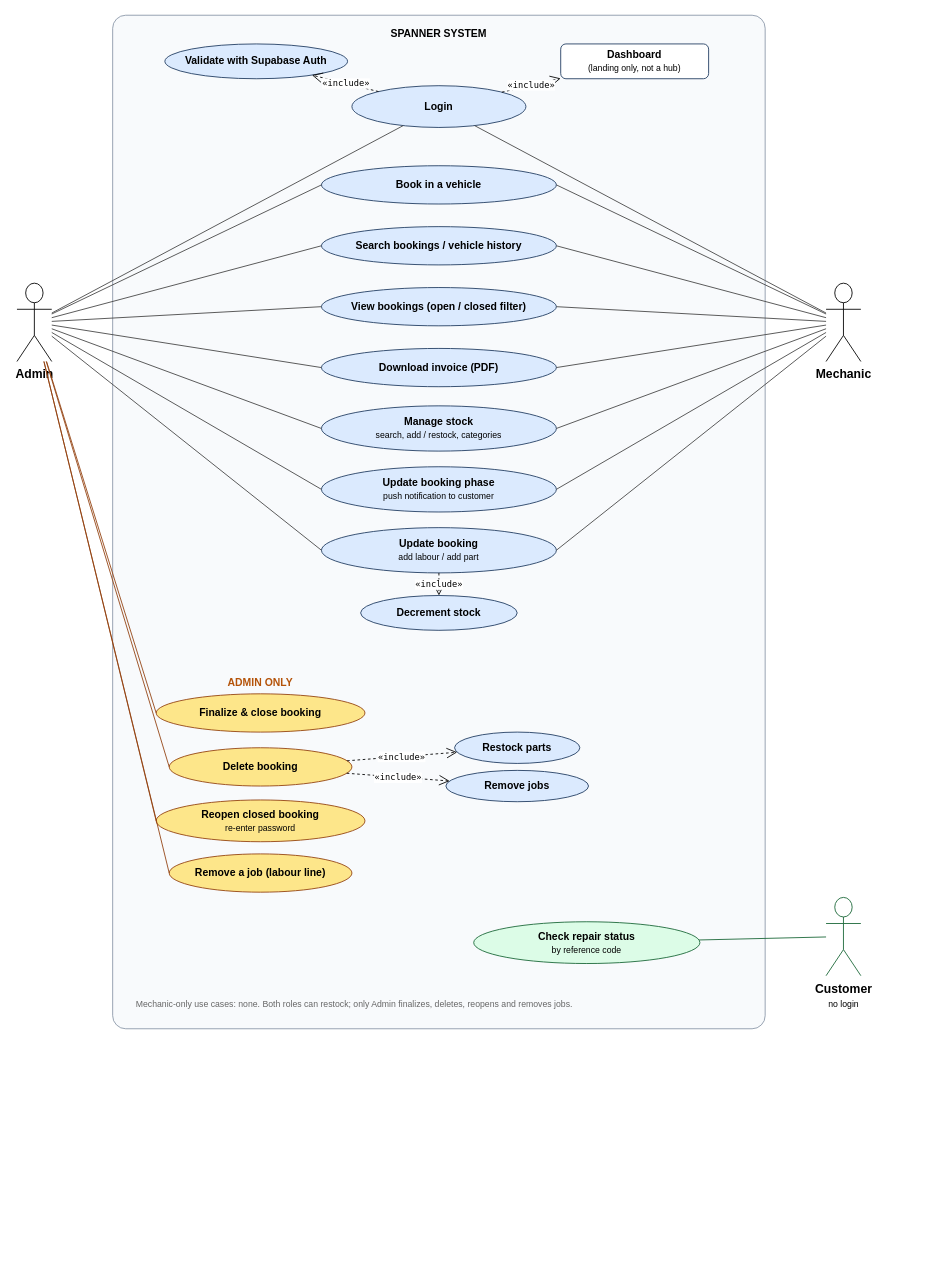
Above: project-docs/phase-2/diagrams/editable/usecase.drawio in BlackZ3ro/Spanner-Riese-Auto-Clinic (draw.io), before the change. Source tidied: cells renumbered, new cells numbered last; positions are measured from the earlier drawing's top-left corner, leaving out a move shared by most shapes. Both pictures are drawn from the tidied source at 87%, with x=0, y=0 at pixel (17, 15).
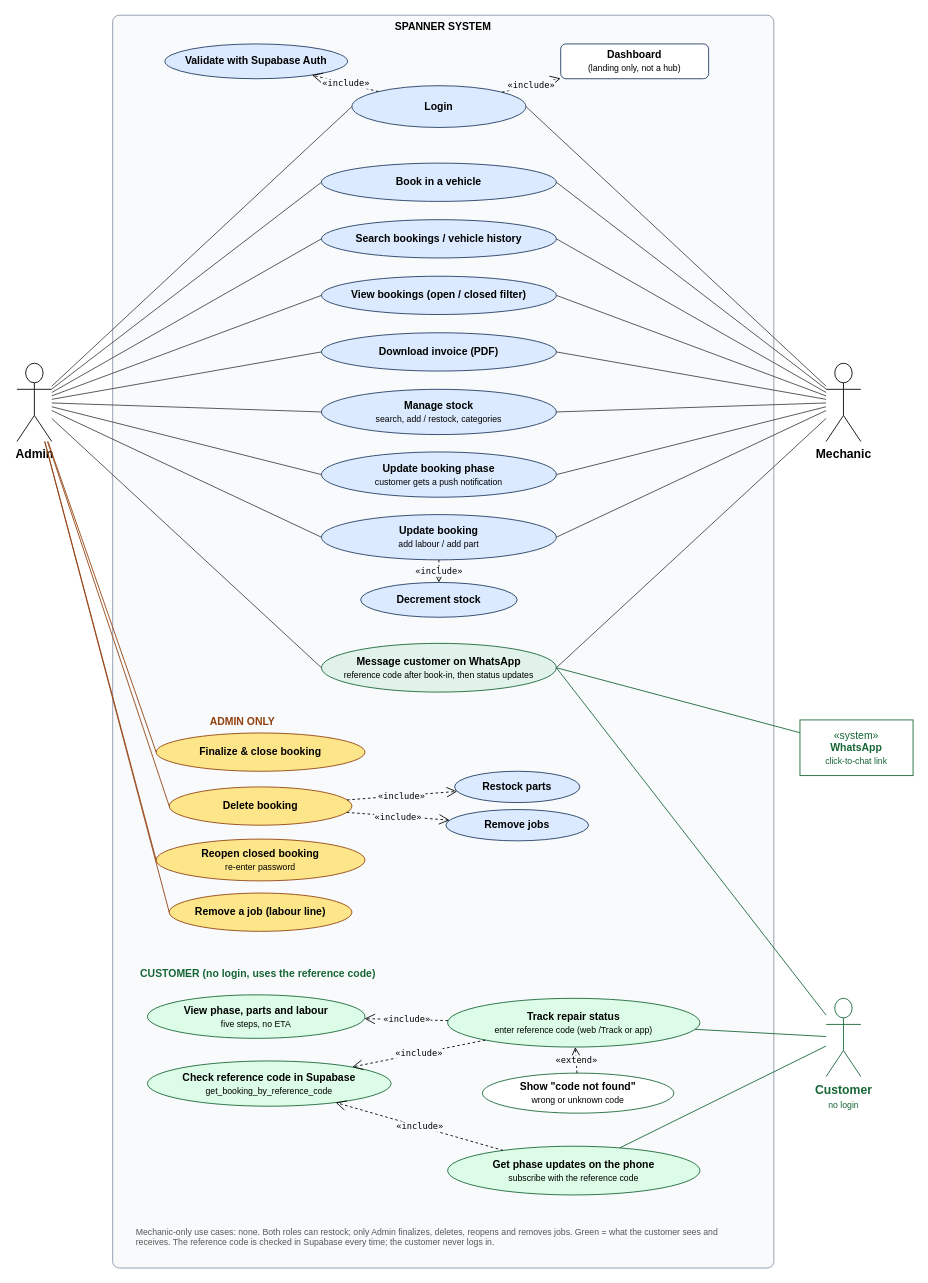
Above is the later version.

Commit message (it also covers changes not shown here):
Rework the customer use cases: Supabase check, updates, WhatsApp

The change refers to these unchanged cells:
```xml
<mxCell id="5" value="Login" style="ellipse;whiteSpace=wrap;html=1;fillColor=#dbeafe;strokeColor=#1f3a5f;fontStyle=1;" parent="1" vertex="1">
  <mxGeometry x="385" y="81" width="200" height="48" as="geometry" />
</mxCell>
<mxCell id="6" value="Validate with Supabase Auth" style="ellipse;whiteSpace=wrap;html=1;fillColor=#dbeafe;strokeColor=#1f3a5f;fontStyle=1;" parent="1" vertex="1">
  <mxGeometry x="170" y="33" width="210" height="40" as="geometry" />
</mxCell>
<mxCell id="7" value="Dashboard&lt;br&gt;&lt;span style=&quot;font-weight:normal;font-size:10px&quot;&gt;(landing only, not a hub)&lt;/span&gt;" style="rounded=1;whiteSpace=wrap;html=1;fillColor=#ffffff;strokeColor=#1f3a5f;fontStyle=1;" parent="1" vertex="1">
  <mxGeometry x="625" y="33" width="170" height="40" as="geometry" />
</mxCell>
```

Change to the diagram source:
```diff
@@
-    <mxCell id="2" value="SPANNER SYSTEM" style="rounded=1;arcSize=2;whiteSpace=wrap;html=1;fillColor=#f8fafc;strokeColor=#8a97a8;verticalAlign=top;fontStyle=1;spacingTop=8;" parent="1" vertex="1">
-      <mxGeometry x="110" width="750" height="1165" as="geometry" />
+    <mxCell id="2" value="SPANNER SYSTEM" style="rounded=1;arcSize=1;whiteSpace=wrap;html=1;fillColor=#f8fafc;strokeColor=#8a97a8;verticalAlign=top;fontStyle=1;" parent="1" vertex="1">
+      <mxGeometry x="110" width="760" height="1440" as="geometry" />
     </mxCell>
     <mxCell id="3" value="Admin" style="shape=umlActor;verticalLabelPosition=bottom;verticalAlign=top;html=1;outlineConnect=0;fontStyle=1;fontSize=14;" parent="1" vertex="1">
-      <mxGeometry y="308" width="40" height="90" as="geometry" />
+      <mxGeometry y="400" width="40" height="90" as="geometry" />
     </mxCell>
     <mxCell id="4" value="Mechanic" style="shape=umlActor;verticalLabelPosition=bottom;verticalAlign=top;html=1;outlineConnect=0;fontStyle=1;fontSize=14;" parent="1" vertex="1">
-      <mxGeometry x="930" y="308" width="40" height="90" as="geometry" />
+      <mxGeometry x="930" y="400" width="40" height="90" as="geometry" />
     </mxCell>
+    <mxCell id="48" value="Customer&lt;br&gt;&lt;span style=&quot;font-weight:normal;font-size:10px&quot;&gt;no login&lt;/span&gt;" style="shape=umlActor;verticalLabelPosition=bottom;verticalAlign=top;html=1;outlineConnect=0;fontStyle=1;fontSize=14;fontColor=#166534;strokeColor=#166534;" parent="1" vertex="1">
+      <mxGeometry x="930" y="1130" width="40" height="90" as="geometry" />
+    </mxCell>
+    <mxCell id="52" value="«system»&lt;br&gt;&lt;b&gt;WhatsApp&lt;/b&gt;&lt;br&gt;&lt;span style=&quot;font-size:10px&quot;&gt;click-to-chat link&lt;/span&gt;" style="rounded=0;whiteSpace=wrap;html=1;fillColor=#ffffff;strokeColor=#166534;fontColor=#166534;" parent="1" vertex="1">
+      <mxGeometry x="900" y="810" width="130" height="64" as="geometry" />
+    </mxCell>
@@
-    <mxCell id="8" value="«include»" style="endArrow=open;endSize=10;dashed=1;html=1;rounded=0;fontFamily=monospace;fontSize=10;" parent="1" edge="1" source="5" target="6">
+    <mxCell id="8" value="«include»" style="endArrow=open;endSize=10;dashed=1;html=1;rounded=0;fontFamily=monospace;fontSize=10;labelBackgroundColor=#f8fafc;" parent="1" edge="1" source="5" target="6">
       <mxGeometry relative="1" as="geometry" />
     </mxCell>
-    <mxCell id="9" value="«include»" style="endArrow=open;endSize=10;dashed=1;html=1;rounded=0;fontFamily=monospace;fontSize=10;" parent="1" edge="1" source="5" target="7">
+    <mxCell id="9" value="«include»" style="endArrow=open;endSize=10;dashed=1;html=1;rounded=0;fontFamily=monospace;fontSize=10;labelBackgroundColor=#f8fafc;" parent="1" edge="1" source="5" target="7">
       <mxGeometry relative="1" as="geometry" />
     </mxCell>
-    <mxCell id="10" style="endArrow=none;html=1;rounded=0;strokeColor=#444444;" parent="1" edge="1" source="3" target="5">
-      <mxGeometry relative="1" as="geometry" />
-    </mxCell>
-    <mxCell id="11" style="endArrow=none;html=1;rounded=0;strokeColor=#444444;" parent="1" edge="1" source="4" target="5">
-      <mxGeometry relative="1" as="geometry" />
-    </mxCell>
     <mxCell id="12" value="Book in a vehicle" style="ellipse;whiteSpace=wrap;html=1;fillColor=#dbeafe;strokeColor=#1f3a5f;fontStyle=1;" parent="1" vertex="1">
-      <mxGeometry x="350" y="173" width="270" height="44" as="geometry" />
+      <mxGeometry x="350" y="170" width="270" height="44" as="geometry" />
     </mxCell>
@@
     <mxCell id="15" value="Search bookings / vehicle history" style="ellipse;whiteSpace=wrap;html=1;fillColor=#dbeafe;strokeColor=#1f3a5f;fontStyle=1;" parent="1" vertex="1">
-      <mxGeometry x="350" y="243" width="270" height="44" as="geometry" />
+      <mxGeometry x="350" y="235" width="270" height="44" as="geometry" />
     </mxCell>
@@
     <mxCell id="18" value="View bookings (open / closed filter)" style="ellipse;whiteSpace=wrap;html=1;fillColor=#dbeafe;strokeColor=#1f3a5f;fontStyle=1;" parent="1" vertex="1">
-      <mxGeometry x="350" y="313" width="270" height="44" as="geometry" />
+      <mxGeometry x="350" y="300" width="270" height="44" as="geometry" />
     </mxCell>
@@
     <mxCell id="21" value="Download invoice (PDF)" style="ellipse;whiteSpace=wrap;html=1;fillColor=#dbeafe;strokeColor=#1f3a5f;fontStyle=1;" parent="1" vertex="1">
-      <mxGeometry x="350" y="383" width="270" height="44" as="geometry" />
+      <mxGeometry x="350" y="365" width="270" height="44" as="geometry" />
     </mxCell>
@@
     <mxCell id="24" value="Manage stock&lt;br&gt;&lt;span style=&quot;font-weight:normal;font-size:10px&quot;&gt;search, add / restock, categories&lt;/span&gt;" style="ellipse;whiteSpace=wrap;html=1;fillColor=#dbeafe;strokeColor=#1f3a5f;fontStyle=1;" parent="1" vertex="1">
-      <mxGeometry x="350" y="449" width="270" height="52" as="geometry" />
+      <mxGeometry x="350" y="430" width="270" height="52" as="geometry" />
     </mxCell>
@@
-    <mxCell id="27" value="Update booking phase&lt;br&gt;&lt;span style=&quot;font-weight:normal;font-size:10px&quot;&gt;push notification to customer&lt;/span&gt;" style="ellipse;whiteSpace=wrap;html=1;fillColor=#dbeafe;strokeColor=#1f3a5f;fontStyle=1;" parent="1" vertex="1">
-      <mxGeometry x="350" y="519" width="270" height="52" as="geometry" />
-    </mxCell>
-    <mxCell id="28" style="endArrow=none;html=1;rounded=0;strokeColor=#444444;entryX=0;entryY=0.5;entryDx=0;entryDy=0;" parent="1" edge="1" source="3" target="27">
-      <mxGeometry relative="1" as="geometry" />
-    </mxCell>
-    <mxCell id="29" style="endArrow=none;html=1;rounded=0;strokeColor=#444444;entryX=1;entryY=0.5;entryDx=0;entryDy=0;" parent="1" edge="1" source="4" target="27">
-      <mxGeometry relative="1" as="geometry" />
-    </mxCell>
+    <mxCell id="53" value="Update booking phase&lt;br&gt;&lt;span style=&quot;font-weight:normal;font-size:10px&quot;&gt;customer gets a push notification&lt;/span&gt;" style="ellipse;whiteSpace=wrap;html=1;fillColor=#dbeafe;strokeColor=#1f3a5f;fontStyle=1;" parent="1" vertex="1">
+      <mxGeometry x="350" y="502" width="270" height="52" as="geometry" />
+    </mxCell>
+    <mxCell id="54" style="endArrow=none;html=1;rounded=0;strokeColor=#444444;entryX=0;entryY=0.5;entryDx=0;entryDy=0;" parent="1" edge="1" source="3" target="53">
+      <mxGeometry relative="1" as="geometry" />
+    </mxCell>
+    <mxCell id="55" style="endArrow=none;html=1;rounded=0;strokeColor=#444444;entryX=1;entryY=0.5;entryDx=0;entryDy=0;" parent="1" edge="1" source="4" target="53">
+      <mxGeometry relative="1" as="geometry" />
+    </mxCell>
     <mxCell id="30" value="Update booking&lt;br&gt;&lt;span style=&quot;font-weight:normal;font-size:10px&quot;&gt;add labour / add part&lt;/span&gt;" style="ellipse;whiteSpace=wrap;html=1;fillColor=#dbeafe;strokeColor=#1f3a5f;fontStyle=1;" parent="1" vertex="1">
-      <mxGeometry x="350" y="589" width="270" height="52" as="geometry" />
+      <mxGeometry x="350" y="574" width="270" height="52" as="geometry" />
     </mxCell>
@@
+    <mxCell id="56" value="Message customer on WhatsApp&lt;br&gt;&lt;span style=&quot;font-weight:normal;font-size:10px&quot;&gt;reference code after book-in, then status updates&lt;/span&gt;" style="ellipse;whiteSpace=wrap;html=1;fillColor=#e0f2e9;strokeColor=#166534;fontStyle=1;" parent="1" vertex="1">
+      <mxGeometry x="350" y="722" width="270" height="56" as="geometry" />
+    </mxCell>
+    <mxCell id="57" style="endArrow=none;html=1;rounded=0;strokeColor=#444444;entryX=0;entryY=0.5;entryDx=0;entryDy=0;" parent="1" edge="1" source="3" target="56">
+      <mxGeometry relative="1" as="geometry" />
+    </mxCell>
+    <mxCell id="58" style="endArrow=none;html=1;rounded=0;strokeColor=#444444;entryX=1;entryY=0.5;entryDx=0;entryDy=0;" parent="1" edge="1" source="4" target="56">
+      <mxGeometry relative="1" as="geometry" />
+    </mxCell>
+    <mxCell id="10" style="endArrow=none;html=1;rounded=0;strokeColor=#444444;entryX=0;entryY=0.5;entryDx=0;entryDy=0;" parent="1" edge="1" source="3" target="5">
+      <mxGeometry relative="1" as="geometry" />
+    </mxCell>
+    <mxCell id="11" style="endArrow=none;html=1;rounded=0;strokeColor=#444444;entryX=1;entryY=0.5;entryDx=0;entryDy=0;" parent="1" edge="1" source="4" target="5">
+      <mxGeometry relative="1" as="geometry" />
+    </mxCell>
     <mxCell id="33" value="Decrement stock" style="ellipse;whiteSpace=wrap;html=1;fillColor=#dbeafe;strokeColor=#1f3a5f;fontStyle=1;" parent="1" vertex="1">
-      <mxGeometry x="395" y="667" width="180" height="40" as="geometry" />
+      <mxGeometry x="395" y="652" width="180" height="40" as="geometry" />
     </mxCell>
-    <mxCell id="34" value="«include»" style="endArrow=open;endSize=10;dashed=1;html=1;rounded=0;fontFamily=monospace;fontSize=10;" parent="1" edge="1" source="30" target="33">
+    <mxCell id="34" value="«include»" style="endArrow=open;endSize=10;dashed=1;html=1;rounded=0;fontFamily=monospace;fontSize=10;labelBackgroundColor=#f8fafc;" parent="1" edge="1" source="30" target="33">
       <mxGeometry relative="1" as="geometry" />
     </mxCell>
+    <mxCell id="59" style="endArrow=none;html=1;rounded=0;strokeColor=#166534;entryX=1;entryY=0.5;entryDx=0;entryDy=0;" parent="1" edge="1" source="48" target="56">
+      <mxGeometry relative="1" as="geometry" />
+    </mxCell>
+    <mxCell id="60" style="endArrow=none;html=1;rounded=0;strokeColor=#166534;entryX=1;entryY=0.5;entryDx=0;entryDy=0;" parent="1" edge="1" source="52" target="56">
+      <mxGeometry relative="1" as="geometry" />
+    </mxCell>
-    <mxCell id="35" value="ADMIN ONLY" style="text;html=1;strokeColor=none;fillColor=none;align=left;verticalAlign=middle;whiteSpace=wrap;fontStyle=1;fontColor=#b45309;align=center;" parent="1" vertex="1">
-      <mxGeometry x="220" y="757" width="120" height="20" as="geometry" />
+    <mxCell id="35" value="ADMIN ONLY" style="text;html=1;strokeColor=none;fillColor=none;align=left;verticalAlign=middle;whiteSpace=wrap;fontStyle=1;fontColor=#92400e;" parent="1" vertex="1">
+      <mxGeometry x="220" y="802" width="120" height="20" as="geometry" />
     </mxCell>
     <mxCell id="36" value="Finalize &amp; close booking" style="ellipse;whiteSpace=wrap;html=1;fillColor=#fde68a;strokeColor=#92400e;fontStyle=1;" parent="1" vertex="1">
-      <mxGeometry x="160" y="780" width="240" height="44" as="geometry" />
+      <mxGeometry x="160" y="825" width="240" height="44" as="geometry" />
     </mxCell>
+    <mxCell id="44" style="endArrow=none;html=1;rounded=0;strokeColor=#92400e;entryX=0;entryY=0.5;entryDx=0;entryDy=0;" parent="1" edge="1" source="3" target="36">
+      <mxGeometry relative="1" as="geometry" />
+    </mxCell>
     <mxCell id="37" value="Delete booking" style="ellipse;whiteSpace=wrap;html=1;fillColor=#fde68a;strokeColor=#92400e;fontStyle=1;" parent="1" vertex="1">
-      <mxGeometry x="175" y="842" width="210" height="44" as="geometry" />
+      <mxGeometry x="175" y="887" width="210" height="44" as="geometry" />
     </mxCell>
+    <mxCell id="45" style="endArrow=none;html=1;rounded=0;strokeColor=#92400e;entryX=0;entryY=0.5;entryDx=0;entryDy=0;" parent="1" edge="1" source="3" target="37">
+      <mxGeometry relative="1" as="geometry" />
+    </mxCell>
+    <mxCell id="42" value="Reopen closed booking&lt;br&gt;&lt;span style=&quot;font-weight:normal;font-size:10px&quot;&gt;re-enter password&lt;/span&gt;" style="ellipse;whiteSpace=wrap;html=1;fillColor=#fde68a;strokeColor=#92400e;fontStyle=1;" parent="1" vertex="1">
+      <mxGeometry x="160" y="947" width="240" height="48" as="geometry" />
+    </mxCell>
+    <mxCell id="46" style="endArrow=none;html=1;rounded=0;strokeColor=#92400e;entryX=0;entryY=0.5;entryDx=0;entryDy=0;" parent="1" edge="1" source="3" target="42">
+      <mxGeometry relative="1" as="geometry" />
+    </mxCell>
+    <mxCell id="43" value="Remove a job (labour line)" style="ellipse;whiteSpace=wrap;html=1;fillColor=#fde68a;strokeColor=#92400e;fontStyle=1;" parent="1" vertex="1">
+      <mxGeometry x="175" y="1009" width="210" height="44" as="geometry" />
+    </mxCell>
+    <mxCell id="47" style="endArrow=none;html=1;rounded=0;strokeColor=#92400e;entryX=0;entryY=0.5;entryDx=0;entryDy=0;" parent="1" edge="1" source="3" target="43">
+      <mxGeometry relative="1" as="geometry" />
+    </mxCell>
     <mxCell id="38" value="Restock parts" style="ellipse;whiteSpace=wrap;html=1;fillColor=#dbeafe;strokeColor=#1f3a5f;fontStyle=1;" parent="1" vertex="1">
-      <mxGeometry x="503" y="824" width="144" height="36" as="geometry" />
+      <mxGeometry x="503" y="869" width="144" height="36" as="geometry" />
     </mxCell>
     <mxCell id="39" value="Remove jobs" style="ellipse;whiteSpace=wrap;html=1;fillColor=#dbeafe;strokeColor=#1f3a5f;fontStyle=1;" parent="1" vertex="1">
-      <mxGeometry x="493" y="868" width="164" height="36" as="geometry" />
+      <mxGeometry x="493" y="913" width="164" height="36" as="geometry" />
     </mxCell>
-    <mxCell id="40" value="«include»" style="endArrow=open;endSize=10;dashed=1;html=1;rounded=0;fontFamily=monospace;fontSize=10;" parent="1" edge="1" source="37" target="38">
+    <mxCell id="40" value="«include»" style="endArrow=open;endSize=10;dashed=1;html=1;rounded=0;fontFamily=monospace;fontSize=10;labelBackgroundColor=#f8fafc;" parent="1" edge="1" source="37" target="38">
       <mxGeometry relative="1" as="geometry" />
     </mxCell>
-    <mxCell id="41" value="«include»" style="endArrow=open;endSize=10;dashed=1;html=1;rounded=0;fontFamily=monospace;fontSize=10;" parent="1" edge="1" source="37" target="39">
+    <mxCell id="41" value="«include»" style="endArrow=open;endSize=10;dashed=1;html=1;rounded=0;fontFamily=monospace;fontSize=10;labelBackgroundColor=#f8fafc;" parent="1" edge="1" source="37" target="39">
       <mxGeometry relative="1" as="geometry" />
     </mxCell>
-    <mxCell id="42" value="Reopen closed booking&lt;br&gt;&lt;span style=&quot;font-weight:normal;font-size:10px&quot;&gt;re-enter password&lt;/span&gt;" style="ellipse;whiteSpace=wrap;html=1;fillColor=#fde68a;strokeColor=#92400e;fontStyle=1;" parent="1" vertex="1">
-      <mxGeometry x="160" y="902" width="240" height="48" as="geometry" />
-    </mxCell>
-    <mxCell id="43" value="Remove a job (labour line)" style="ellipse;whiteSpace=wrap;html=1;fillColor=#fde68a;strokeColor=#92400e;fontStyle=1;" parent="1" vertex="1">
-      <mxGeometry x="175" y="964" width="210" height="44" as="geometry" />
-    </mxCell>
-    <mxCell id="44" style="endArrow=none;html=1;rounded=0;strokeColor=#92400e;entryX=0;entryY=0.5;entryDx=0;entryDy=0;" parent="1" edge="1" source="3" target="36">
-      <mxGeometry relative="1" as="geometry" />
-    </mxCell>
-    <mxCell id="45" style="endArrow=none;html=1;rounded=0;strokeColor=#92400e;entryX=0;entryY=0.5;entryDx=0;entryDy=0;" parent="1" edge="1" source="3" target="37">
-      <mxGeometry relative="1" as="geometry" />
-    </mxCell>
-    <mxCell id="46" style="endArrow=none;html=1;rounded=0;strokeColor=#92400e;entryX=0;entryY=0.5;entryDx=0;entryDy=0;" parent="1" edge="1" source="3" target="42">
-      <mxGeometry relative="1" as="geometry" />
-    </mxCell>
-    <mxCell id="47" style="endArrow=none;html=1;rounded=0;strokeColor=#92400e;entryX=0;entryY=0.5;entryDx=0;entryDy=0;" parent="1" edge="1" source="3" target="43">
-      <mxGeometry relative="1" as="geometry" />
-    </mxCell>
-    <mxCell id="48" value="Customer&lt;br&gt;&lt;span style=&quot;font-weight:normal;font-size:10px&quot;&gt;no login&lt;/span&gt;" style="shape=umlActor;verticalLabelPosition=bottom;verticalAlign=top;html=1;outlineConnect=0;fontStyle=1;fontSize=14;strokeColor=#166534;" parent="1" vertex="1">
-      <mxGeometry x="930" y="1014" width="40" height="90" as="geometry" />
-    </mxCell>
-    <mxCell id="49" value="Check repair status&lt;br&gt;&lt;span style=&quot;font-weight:normal;font-size:10px&quot;&gt;by reference code&lt;/span&gt;" style="ellipse;whiteSpace=wrap;html=1;fillColor=#dcfce7;strokeColor=#166534;fontStyle=1;" parent="1" vertex="1">
-      <mxGeometry x="525" y="1042" width="260" height="48" as="geometry" />
-    </mxCell>
-    <mxCell id="50" style="endArrow=none;html=1;rounded=0;strokeColor=#166534;" parent="1" edge="1" source="48" target="49">
-      <mxGeometry relative="1" as="geometry" />
-    </mxCell>
-    <mxCell id="51" value="Mechanic-only use cases: none. Both roles can restock; only Admin finalizes, deletes, reopens and removes jobs." style="text;html=1;strokeColor=none;fillColor=none;align=left;verticalAlign=middle;whiteSpace=wrap;fontSize=10;fontColor=#666666;" parent="1" vertex="1">
-      <mxGeometry x="135" y="1126" width="700" height="20" as="geometry" />
-    </mxCell>
+    <mxCell id="61" value="CUSTOMER (no login, uses the reference code)" style="text;html=1;strokeColor=none;fillColor=none;align=left;verticalAlign=middle;whiteSpace=wrap;fontStyle=1;fontColor=#166534;" parent="1" vertex="1">
+      <mxGeometry x="140" y="1092" width="330" height="20" as="geometry" />
+    </mxCell>
+    <mxCell id="62" value="Track repair status&lt;br&gt;&lt;span style=&quot;font-weight:normal;font-size:10px&quot;&gt;enter reference code (web /Track or app)&lt;/span&gt;" style="ellipse;whiteSpace=wrap;html=1;fillColor=#dcfce7;strokeColor=#166534;fontStyle=1;" parent="1" vertex="1">
+      <mxGeometry x="495" y="1130" width="290" height="56" as="geometry" />
+    </mxCell>
+    <mxCell id="63" value="Check reference code in Supabase&lt;br&gt;&lt;span style=&quot;font-weight:normal;font-size:10px&quot;&gt;get_booking_by_reference_code&lt;/span&gt;" style="ellipse;whiteSpace=wrap;html=1;fillColor=#dcfce7;strokeColor=#166534;fontStyle=1;" parent="1" vertex="1">
+      <mxGeometry x="150" y="1202" width="280" height="52" as="geometry" />
+    </mxCell>
+    <mxCell id="64" value="View phase, parts and labour&lt;br&gt;&lt;span style=&quot;font-weight:normal;font-size:10px&quot;&gt;five steps, no ETA&lt;/span&gt;" style="ellipse;whiteSpace=wrap;html=1;fillColor=#dcfce7;strokeColor=#166534;fontStyle=1;" parent="1" vertex="1">
+      <mxGeometry x="150" y="1126" width="250" height="50" as="geometry" />
+    </mxCell>
+    <mxCell id="65" value="Show &amp;quot;code not found&amp;quot;&lt;br&gt;&lt;span style=&quot;font-weight:normal;font-size:10px&quot;&gt;wrong or unknown code&lt;/span&gt;" style="ellipse;whiteSpace=wrap;html=1;fillColor=#ffffff;strokeColor=#166534;fontStyle=1;" parent="1" vertex="1">
+      <mxGeometry x="535" y="1216" width="220" height="46" as="geometry" />
+    </mxCell>
+    <mxCell id="66" value="Get phase updates on the phone&lt;br&gt;&lt;span style=&quot;font-weight:normal;font-size:10px&quot;&gt;subscribe with the reference code&lt;/span&gt;" style="ellipse;whiteSpace=wrap;html=1;fillColor=#dcfce7;strokeColor=#166534;fontStyle=1;" parent="1" vertex="1">
+      <mxGeometry x="495" y="1300" width="290" height="56" as="geometry" />
+    </mxCell>
+    <mxCell id="67" value="«include»" style="endArrow=open;endSize=10;dashed=1;html=1;rounded=0;fontFamily=monospace;fontSize=10;labelBackgroundColor=#f8fafc;" parent="1" edge="1" source="62" target="63">
+      <mxGeometry relative="1" as="geometry" />
+    </mxCell>
+    <mxCell id="68" value="«include»" style="endArrow=open;endSize=10;dashed=1;html=1;rounded=0;fontFamily=monospace;fontSize=10;labelBackgroundColor=#f8fafc;" parent="1" edge="1" source="62" target="64">
+      <mxGeometry relative="1" as="geometry" />
+    </mxCell>
+    <mxCell id="69" value="«extend»" style="endArrow=open;endSize=10;dashed=1;html=1;rounded=0;fontFamily=monospace;fontSize=10;labelBackgroundColor=#f8fafc;" parent="1" edge="1" source="65" target="62">
+      <mxGeometry relative="1" as="geometry" />
+    </mxCell>
+    <mxCell id="70" value="«include»" style="endArrow=open;endSize=10;dashed=1;html=1;rounded=0;fontFamily=monospace;fontSize=10;labelBackgroundColor=#f8fafc;" parent="1" edge="1" source="66" target="63">
+      <mxGeometry relative="1" as="geometry" />
+    </mxCell>
+    <mxCell id="71" style="endArrow=none;html=1;rounded=0;strokeColor=#166534;" parent="1" edge="1" source="48" target="62">
+      <mxGeometry relative="1" as="geometry" />
+    </mxCell>
+    <mxCell id="72" style="endArrow=none;html=1;rounded=0;strokeColor=#166534;" parent="1" edge="1" source="48" target="66">
+      <mxGeometry relative="1" as="geometry" />
+    </mxCell>
+    <mxCell id="73" value="Mechanic-only use cases: none. Both roles can restock; only Admin finalizes, deletes, reopens and removes jobs. Green = what the customer sees and receives. The reference code is checked in Supabase every time; the customer never logs in." style="text;html=1;strokeColor=none;fillColor=none;align=left;verticalAlign=middle;whiteSpace=wrap;fontSize=10;fontColor=#555555;" parent="1" vertex="1">
+      <mxGeometry x="135" y="1384" width="700" height="40" as="geometry" />
+    </mxCell>
```
